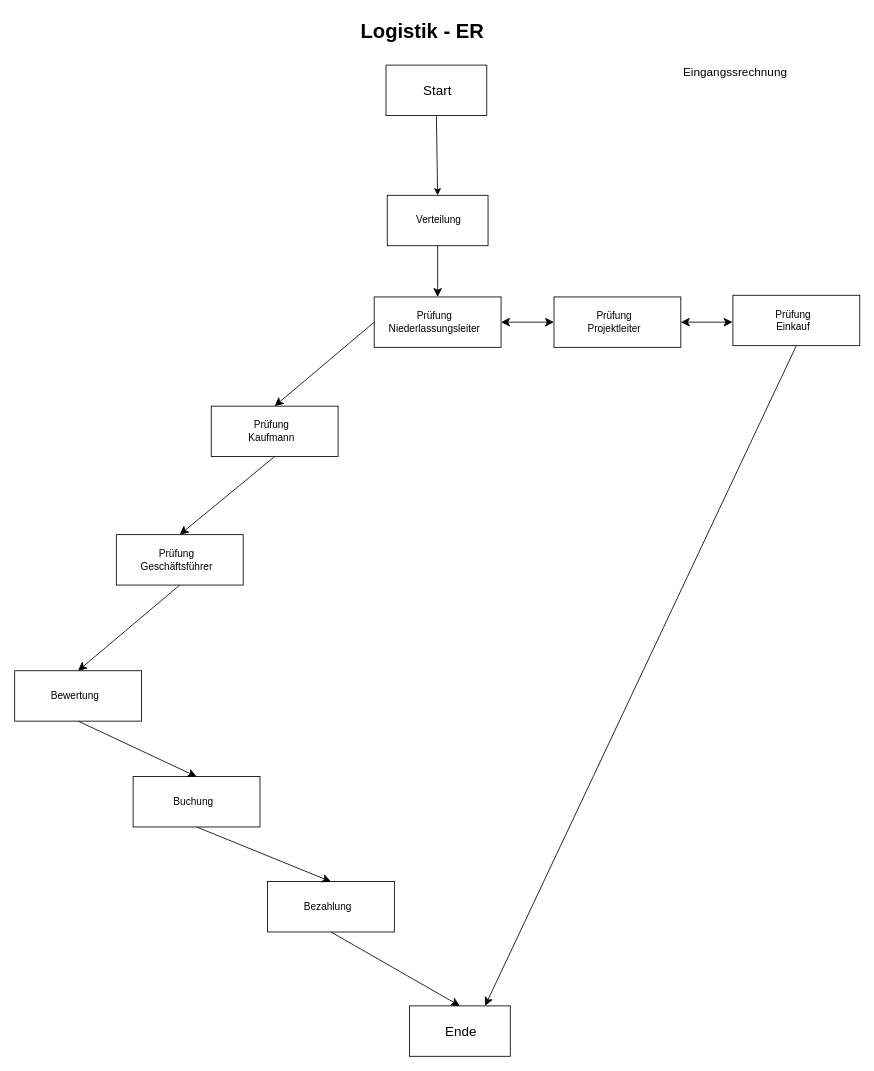
The draw.io diagram page "ER" (3 of 5) of Unbenanntes Diagramm.drawio in RobertWichtendahl/to-do-app, before the edit. Source tidied: cells renumbered, new cells numbered last; positions are measured from the earlier drawing's top-left corner, leaving out a move shared by most shapes. Both pictures are drawn from the tidied source at 84%, with x=0, y=0 at pixel (14, 14).
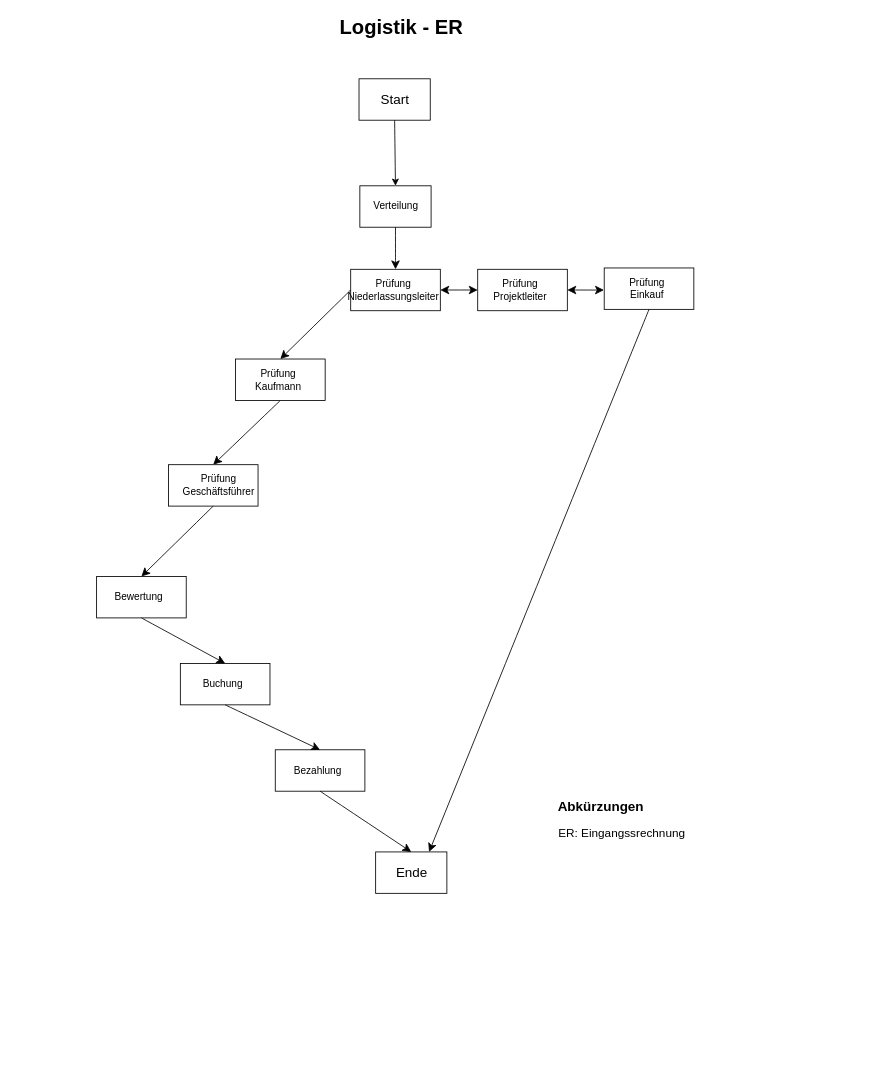
After the change.

What changed in the source:
```diff
@@
-    <mxCell id="2" value="&lt;font style=&quot;color: light-dark(rgb(0, 0, 0), rgb(255, 255, 255));&quot;&gt;Logistik - ER&lt;/font&gt;" style="text;strokeColor=none;fillColor=none;html=1;fontSize=24;fontStyle=1;verticalAlign=middle;align=center;" parent="1" vertex="1">
-      <mxGeometry x="400" width="170" height="40" as="geometry" />
-    </mxCell>
+    <mxCell id="37" style="group;" parent="1" vertex="1">
+      <mxGeometry x="97.5" y="27" width="725" height="1019" as="geometry" />
+    </mxCell>
-    <mxCell id="3" style="rounded=0;whiteSpace=wrap;html=1;" parent="1" vertex="1">
-      <mxGeometry x="442" y="60" width="120" height="60" as="geometry" />
+    <mxCell id="3" style="rounded=0;whiteSpace=wrap;html=1;" parent="37" vertex="1">
+      <mxGeometry x="312.4" y="49.3" width="84.8" height="49.3" as="geometry" />
     </mxCell>
-    <mxCell id="4" value="Start" style="text;strokeColor=none;fillColor=none;html=1;align=center;verticalAlign=middle;whiteSpace=wrap;rounded=0;fontSize=16;" parent="1" vertex="1">
-      <mxGeometry x="461" y="72.5" width="85" height="35" as="geometry" />
+    <mxCell id="4" value="Start" style="text;strokeColor=none;fillColor=none;html=1;align=center;verticalAlign=middle;whiteSpace=wrap;rounded=0;fontSize=16;" parent="37" vertex="1">
+      <mxGeometry x="325.8" y="59.6" width="60.1" height="28.8" as="geometry" />
     </mxCell>
-    <mxCell id="5" style="endArrow=classic;html=1;rounded=0;fontSize=12;curved=1;exitX=0.5;exitY=1;exitDx=0;exitDy=0;strokeColor=default;entryX=0.5;entryY=0;entryDx=0;entryDy=0;endFill=1;" parent="1" edge="1" source="3" target="7">
+    <mxCell id="5" style="endArrow=classic;html=1;rounded=0;fontSize=12;curved=1;exitX=0.5;exitY=1;exitDx=0;exitDy=0;strokeColor=default;entryX=0.5;entryY=0;entryDx=0;entryDy=0;endFill=1;" parent="37" edge="1" source="3" target="7">
       <mxGeometry relative="1" as="geometry" />
     </mxCell>
-    <mxCell id="6" value="&lt;font style=&quot;font-size: 14px;&quot;&gt;Eingangssrechnung&lt;/font&gt;" style="text;html=1;whiteSpace=wrap;strokeColor=none;fillColor=none;align=center;verticalAlign=middle;rounded=0;" parent="1" vertex="1">
-      <mxGeometry x="828" y="53" width="60" height="30" as="geometry" />
+    <mxCell id="6" value="&lt;font style=&quot;font-size: 14px;&quot;&gt;ER:&amp;nbsp;&lt;font&gt;Eingangssrechnung&lt;/font&gt;&lt;/font&gt;" style="text;html=1;whiteSpace=wrap;strokeColor=none;fillColor=none;align=center;verticalAlign=middle;rounded=0;" parent="37" vertex="1">
+      <mxGeometry x="555" y="931" width="139.8" height="33.5" as="geometry" />
     </mxCell>
-    <mxCell id="7" style="rounded=0;whiteSpace=wrap;html=1;" parent="1" vertex="1">
-      <mxGeometry x="443.5" y="215" width="120" height="60" as="geometry" />
+    <mxCell id="7" style="rounded=0;whiteSpace=wrap;html=1;" parent="37" vertex="1">
+      <mxGeometry x="313.4" y="176.7" width="84.8" height="49.3" as="geometry" />
     </mxCell>
-    <mxCell id="8" value="Verteilung" style="text;html=1;whiteSpace=wrap;strokeColor=none;fillColor=none;align=center;verticalAlign=middle;rounded=0;" parent="1" vertex="1">
-      <mxGeometry x="474.5" y="230" width="60" height="30" as="geometry" />
+    <mxCell id="8" value="Verteilung" style="text;html=1;whiteSpace=wrap;strokeColor=none;fillColor=none;align=center;verticalAlign=middle;rounded=0;" parent="37" vertex="1">
+      <mxGeometry x="335.4" y="189" width="42.4" height="24.7" as="geometry" />
     </mxCell>
-    <mxCell id="9" style="rounded=0;whiteSpace=wrap;html=1;" parent="1" vertex="1">
-      <mxGeometry x="428" y="336" width="151" height="60" as="geometry" />
+    <mxCell id="9" style="rounded=0;whiteSpace=wrap;html=1;" parent="37" vertex="1">
+      <mxGeometry x="302.5" y="276.1" width="106.7" height="49.3" as="geometry" />
     </mxCell>
-    <mxCell id="10" value="&lt;div&gt;Prüfung&lt;/div&gt;&lt;div&gt;Niederlassungsleiter&lt;/div&gt;" style="text;html=1;whiteSpace=wrap;strokeColor=none;fillColor=none;align=center;verticalAlign=middle;rounded=0;" parent="1" vertex="1">
-      <mxGeometry x="470" y="351" width="60" height="30" as="geometry" />
+    <mxCell id="10" value="&lt;div&gt;Prüfung&lt;/div&gt;&lt;div&gt;Niederlassungsleiter&lt;/div&gt;" style="text;html=1;whiteSpace=wrap;strokeColor=none;fillColor=none;align=center;verticalAlign=middle;rounded=0;" parent="37" vertex="1">
+      <mxGeometry x="332.2" y="288.4" width="42.4" height="24.7" as="geometry" />
     </mxCell>
-    <mxCell id="11" style="endArrow=none;html=1;rounded=0;fontSize=12;startSize=8;endSize=8;curved=1;entryX=0.5;entryY=1;entryDx=0;entryDy=0;exitX=0.5;exitY=0;exitDx=0;exitDy=0;startArrow=classic;startFill=1;" parent="1" edge="1" source="9" target="7">
+    <mxCell id="11" style="endArrow=none;html=1;rounded=0;fontSize=12;startSize=8;endSize=8;curved=1;entryX=0.5;entryY=1;entryDx=0;entryDy=0;exitX=0.5;exitY=0;exitDx=0;exitDy=0;startArrow=classic;startFill=1;" parent="37" edge="1" source="9" target="7">
       <mxGeometry relative="1" as="geometry" />
     </mxCell>
-    <mxCell id="12" style="edgeStyle=none;curved=1;rounded=0;jettySize=auto;html=1;exitX=1;exitY=0.5;exitDx=0;exitDy=0;fontSize=12;startSize=8;endSize=8;startArrow=classic;startFill=1;" parent="1" edge="1" source="13">
+    <mxCell id="12" style="edgeStyle=none;curved=1;rounded=0;jettySize=auto;html=1;exitX=1;exitY=0.5;exitDx=0;exitDy=0;fontSize=12;startSize=8;endSize=8;startArrow=classic;startFill=1;" parent="37" edge="1" source="13">
       <mxGeometry relative="1" as="geometry">
-        <mxPoint x="854.6" y="366" as="targetPoint" />
+        <mxPoint x="604" y="300.8" as="targetPoint" />
       </mxGeometry>
     </mxCell>
-    <mxCell id="13" style="rounded=0;whiteSpace=wrap;html=1;" parent="1" vertex="1">
-      <mxGeometry x="642" y="336" width="151" height="60" as="geometry" />
+    <mxCell id="13" style="rounded=0;whiteSpace=wrap;html=1;" parent="37" vertex="1">
+      <mxGeometry x="453.7" y="276.1" width="106.7" height="49.3" as="geometry" />
     </mxCell>
-    <mxCell id="14" value="&lt;div&gt;Prüfung&lt;/div&gt;&lt;div&gt;Projektleiter&lt;/div&gt;" style="text;html=1;whiteSpace=wrap;strokeColor=none;fillColor=none;align=center;verticalAlign=middle;rounded=0;" parent="1" vertex="1">
-      <mxGeometry x="684" y="351" width="60" height="30" as="geometry" />
+    <mxCell id="14" value="&lt;div&gt;Prüfung&lt;/div&gt;&lt;div&gt;Projektleiter&lt;/div&gt;" style="text;html=1;whiteSpace=wrap;strokeColor=none;fillColor=none;align=center;verticalAlign=middle;rounded=0;" parent="37" vertex="1">
+      <mxGeometry x="483.4" y="288.4" width="42.4" height="24.7" as="geometry" />
     </mxCell>
-    <mxCell id="15" style="edgeStyle=none;curved=1;rounded=0;jettySize=auto;html=1;exitX=0.5;exitY=1;exitDx=0;exitDy=0;entryX=0.5;entryY=0;entryDx=0;entryDy=0;fontSize=12;startSize=8;endSize=8;" parent="1" edge="1" source="16" target="18">
+    <mxCell id="15" style="edgeStyle=none;curved=1;rounded=0;jettySize=auto;html=1;exitX=0.5;exitY=1;exitDx=0;exitDy=0;entryX=0.5;entryY=0;entryDx=0;entryDy=0;fontSize=12;startSize=8;endSize=8;" parent="37" edge="1" source="16" target="18">
       <mxGeometry relative="1" as="geometry" />
     </mxCell>
-    <mxCell id="16" style="rounded=0;whiteSpace=wrap;html=1;" parent="1" vertex="1">
-      <mxGeometry x="234" y="466" width="151" height="60" as="geometry" />
+    <mxCell id="16" style="rounded=0;whiteSpace=wrap;html=1;" parent="37" vertex="1">
+      <mxGeometry x="165.4" y="382.9" width="106.7" height="49.3" as="geometry" />
     </mxCell>
-    <mxCell id="17" value="&lt;div&gt;Prüfung&lt;/div&gt;&lt;div&gt;Kaufmann&lt;/div&gt;" style="text;html=1;whiteSpace=wrap;strokeColor=none;fillColor=none;align=center;verticalAlign=middle;rounded=0;" parent="1" vertex="1">
-      <mxGeometry x="276" y="481" width="60" height="30" as="geometry" />
+    <mxCell id="17" value="&lt;div&gt;Prüfung&lt;/div&gt;&lt;div&gt;Kaufmann&lt;/div&gt;" style="text;html=1;whiteSpace=wrap;strokeColor=none;fillColor=none;align=center;verticalAlign=middle;rounded=0;" parent="37" vertex="1">
+      <mxGeometry x="195.1" y="395.3" width="42.4" height="24.7" as="geometry" />
     </mxCell>
-    <mxCell id="18" style="rounded=0;whiteSpace=wrap;html=1;" parent="1" vertex="1">
-      <mxGeometry x="121" y="619" width="151" height="60" as="geometry" />
+    <mxCell id="18" style="rounded=0;whiteSpace=wrap;html=1;" parent="37" vertex="1">
+      <mxGeometry x="85.5" y="508.7" width="106.7" height="49.3" as="geometry" />
     </mxCell>
-    <mxCell id="19" value="&lt;div&gt;Prüfung&lt;/div&gt;&lt;div&gt;Geschäftsführer&lt;/div&gt;" style="text;html=1;whiteSpace=wrap;strokeColor=none;fillColor=none;align=center;verticalAlign=middle;rounded=0;" parent="1" vertex="1">
-      <mxGeometry x="163" y="634" width="60" height="30" as="geometry" />
+    <mxCell id="19" value="&lt;div&gt;Prüfung&lt;/div&gt;&lt;div&gt;Geschäftsführer&lt;/div&gt;" style="text;html=1;whiteSpace=wrap;strokeColor=none;fillColor=none;align=center;verticalAlign=middle;rounded=0;" parent="37" vertex="1">
+      <mxGeometry x="115.2" y="521" width="60.1" height="24.7" as="geometry" />
     </mxCell>
-    <mxCell id="20" style="rounded=0;whiteSpace=wrap;html=1;" parent="1" vertex="1">
-      <mxGeometry x="855" y="334" width="151" height="60" as="geometry" />
+    <mxCell id="20" style="rounded=0;whiteSpace=wrap;html=1;" parent="37" vertex="1">
+      <mxGeometry x="604.3" y="274.5" width="106.7" height="49.3" as="geometry" />
     </mxCell>
-    <mxCell id="21" value="&lt;div&gt;Prüfung&lt;/div&gt;&lt;div&gt;Einkauf&lt;/div&gt;" style="text;html=1;whiteSpace=wrap;strokeColor=none;fillColor=none;align=center;verticalAlign=middle;rounded=0;" parent="1" vertex="1">
-      <mxGeometry x="897" y="349" width="60" height="30" as="geometry" />
+    <mxCell id="21" value="&lt;div&gt;Prüfung&lt;/div&gt;&lt;div&gt;Einkauf&lt;/div&gt;" style="text;html=1;whiteSpace=wrap;strokeColor=none;fillColor=none;align=center;verticalAlign=middle;rounded=0;" parent="37" vertex="1">
+      <mxGeometry x="634" y="286.8" width="42.4" height="24.7" as="geometry" />
     </mxCell>
-    <mxCell id="22" style="endArrow=classic;startArrow=classic;html=1;rounded=0;fontSize=12;startSize=8;endSize=8;curved=1;entryX=0;entryY=0.5;entryDx=0;entryDy=0;exitX=1;exitY=0.5;exitDx=0;exitDy=0;" parent="1" edge="1" source="9" target="13">
+    <mxCell id="22" style="endArrow=classic;startArrow=classic;html=1;rounded=0;fontSize=12;startSize=8;endSize=8;curved=1;entryX=0;entryY=0.5;entryDx=0;entryDy=0;exitX=1;exitY=0.5;exitDx=0;exitDy=0;" parent="37" edge="1" source="9" target="13">
       <mxGeometry relative="1" as="geometry" />
     </mxCell>
-    <mxCell id="23" style="endArrow=classic;html=1;rounded=0;fontSize=12;startSize=8;endSize=8;curved=1;entryX=0.5;entryY=0;entryDx=0;entryDy=0;exitX=0;exitY=0.5;exitDx=0;exitDy=0;" parent="1" edge="1" source="9" target="16">
+    <mxCell id="23" style="endArrow=classic;html=1;rounded=0;fontSize=12;startSize=8;endSize=8;curved=1;entryX=0.5;entryY=0;entryDx=0;entryDy=0;exitX=0;exitY=0.5;exitDx=0;exitDy=0;" parent="37" edge="1" source="9" target="16">
       <mxGeometry relative="1" as="geometry" />
     </mxCell>
-    <mxCell id="24" style="edgeStyle=none;curved=1;rounded=0;jettySize=auto;html=1;exitX=0.5;exitY=1;exitDx=0;exitDy=0;entryX=0.5;entryY=0;entryDx=0;entryDy=0;fontSize=12;startSize=8;endSize=8;" parent="1" edge="1" source="18" target="25">
+    <mxCell id="24" style="edgeStyle=none;curved=1;rounded=0;jettySize=auto;html=1;exitX=0.5;exitY=1;exitDx=0;exitDy=0;entryX=0.5;entryY=0;entryDx=0;entryDy=0;fontSize=12;startSize=8;endSize=8;" parent="37" edge="1" source="18" target="25">
       <mxGeometry relative="1" as="geometry" />
     </mxCell>
-    <mxCell id="25" style="rounded=0;whiteSpace=wrap;html=1;" parent="1" vertex="1">
-      <mxGeometry y="781" width="151" height="60" as="geometry" />
+    <mxCell id="25" style="rounded=0;whiteSpace=wrap;html=1;" parent="37" vertex="1">
+      <mxGeometry y="641.8" width="106.7" height="49.3" as="geometry" />
     </mxCell>
-    <mxCell id="26" value="Bewertung" style="text;html=1;whiteSpace=wrap;strokeColor=none;fillColor=none;align=center;verticalAlign=middle;rounded=0;" parent="1" vertex="1">
-      <mxGeometry x="42" y="796" width="60" height="30" as="geometry" />
+    <mxCell id="26" value="Bewertung" style="text;html=1;whiteSpace=wrap;strokeColor=none;fillColor=none;align=center;verticalAlign=middle;rounded=0;" parent="37" vertex="1">
+      <mxGeometry x="29.7" y="654.1" width="42.4" height="24.7" as="geometry" />
     </mxCell>
-    <mxCell id="27" style="rounded=0;whiteSpace=wrap;html=1;" parent="1" vertex="1">
-      <mxGeometry x="141" y="907" width="151" height="60" as="geometry" />
+    <mxCell id="27" style="rounded=0;whiteSpace=wrap;html=1;" parent="37" vertex="1">
+      <mxGeometry x="99.7" y="745.3" width="106.7" height="49.3" as="geometry" />
     </mxCell>
-    <mxCell id="28" value="Buchung" style="text;html=1;whiteSpace=wrap;strokeColor=none;fillColor=none;align=center;verticalAlign=middle;rounded=0;" parent="1" vertex="1">
-      <mxGeometry x="183" y="922" width="60" height="30" as="geometry" />
+    <mxCell id="28" value="Buchung" style="text;html=1;whiteSpace=wrap;strokeColor=none;fillColor=none;align=center;verticalAlign=middle;rounded=0;" parent="37" vertex="1">
+      <mxGeometry x="129.3" y="757.7" width="42.4" height="24.7" as="geometry" />
     </mxCell>
-    <mxCell id="29" style="rounded=0;whiteSpace=wrap;html=1;" parent="1" vertex="1">
-      <mxGeometry x="301" y="1032" width="151" height="60" as="geometry" />
+    <mxCell id="29" style="rounded=0;whiteSpace=wrap;html=1;" parent="37" vertex="1">
+      <mxGeometry x="212.7" y="848.1" width="106.7" height="49.3" as="geometry" />
     </mxCell>
-    <mxCell id="30" value="Bezahlung" style="text;html=1;whiteSpace=wrap;strokeColor=none;fillColor=none;align=center;verticalAlign=middle;rounded=0;" parent="1" vertex="1">
-      <mxGeometry x="343" y="1047" width="60" height="30" as="geometry" />
+    <mxCell id="30" value="Bezahlung" style="text;html=1;whiteSpace=wrap;strokeColor=none;fillColor=none;align=center;verticalAlign=middle;rounded=0;" parent="37" vertex="1">
+      <mxGeometry x="242.4" y="860.4" width="42.4" height="24.7" as="geometry" />
     </mxCell>
-    <mxCell id="31" style="endArrow=classic;html=1;rounded=0;fontSize=12;startSize=8;endSize=8;curved=1;exitX=0.5;exitY=1;exitDx=0;exitDy=0;entryX=0.5;entryY=0;entryDx=0;entryDy=0;" parent="1" edge="1" source="25" target="27">
+    <mxCell id="31" style="endArrow=classic;html=1;rounded=0;fontSize=12;startSize=8;endSize=8;curved=1;exitX=0.5;exitY=1;exitDx=0;exitDy=0;entryX=0.5;entryY=0;entryDx=0;entryDy=0;" parent="37" edge="1" source="25" target="27">
       <mxGeometry relative="1" as="geometry" />
     </mxCell>
-    <mxCell id="32" style="endArrow=classic;html=1;rounded=0;fontSize=12;startSize=8;endSize=8;curved=1;exitX=0.5;exitY=1;exitDx=0;exitDy=0;entryX=0.5;entryY=0;entryDx=0;entryDy=0;" parent="1" edge="1" source="27" target="29">
+    <mxCell id="32" style="endArrow=classic;html=1;rounded=0;fontSize=12;startSize=8;endSize=8;curved=1;exitX=0.5;exitY=1;exitDx=0;exitDy=0;entryX=0.5;entryY=0;entryDx=0;entryDy=0;" parent="37" edge="1" source="27" target="29">
       <mxGeometry relative="1" as="geometry" />
     </mxCell>
-    <mxCell id="33" style="rounded=0;whiteSpace=wrap;html=1;" parent="1" vertex="1">
-      <mxGeometry x="470" y="1180" width="120" height="60" as="geometry" />
+    <mxCell id="33" style="rounded=0;whiteSpace=wrap;html=1;" parent="37" vertex="1">
+      <mxGeometry x="332.2" y="969.7" width="84.8" height="49.3" as="geometry" />
     </mxCell>
-    <mxCell id="34" value="Ende" style="text;strokeColor=none;fillColor=none;html=1;align=center;verticalAlign=middle;whiteSpace=wrap;rounded=0;fontSize=16;" parent="1" vertex="1">
-      <mxGeometry x="489" y="1192.5" width="85" height="35" as="geometry" />
+    <mxCell id="34" value="Ende" style="text;strokeColor=none;fillColor=none;html=1;align=center;verticalAlign=middle;whiteSpace=wrap;rounded=0;fontSize=16;" parent="37" vertex="1">
+      <mxGeometry x="345.6" y="980" width="60.1" height="28.8" as="geometry" />
     </mxCell>
-    <mxCell id="35" style="endArrow=classic;html=1;rounded=0;fontSize=12;startSize=8;endSize=8;curved=1;exitX=0.5;exitY=1;exitDx=0;exitDy=0;entryX=0.5;entryY=0;entryDx=0;entryDy=0;" parent="1" edge="1" source="29" target="33">
+    <mxCell id="35" style="endArrow=classic;html=1;rounded=0;fontSize=12;startSize=8;endSize=8;curved=1;exitX=0.5;exitY=1;exitDx=0;exitDy=0;entryX=0.5;entryY=0;entryDx=0;entryDy=0;" parent="37" edge="1" source="29" target="33">
       <mxGeometry relative="1" as="geometry" />
     </mxCell>
-    <mxCell id="36" style="endArrow=classic;html=1;rounded=0;fontSize=12;startSize=8;endSize=8;curved=1;exitX=0.5;exitY=1;exitDx=0;exitDy=0;entryX=0.75;entryY=0;entryDx=0;entryDy=0;" parent="1" edge="1" source="20" target="33">
+    <mxCell id="36" style="endArrow=classic;html=1;rounded=0;fontSize=12;startSize=8;endSize=8;curved=1;exitX=0.5;exitY=1;exitDx=0;exitDy=0;entryX=0.75;entryY=0;entryDx=0;entryDy=0;" parent="37" edge="1" source="20" target="33">
       <mxGeometry relative="1" as="geometry" />
     </mxCell>
+    <mxCell id="38" value="&lt;b&gt;&lt;font style=&quot;font-size: 16px;&quot;&gt;Abkürzungen&lt;/font&gt;&lt;/b&gt;" style="text;html=1;whiteSpace=wrap;strokeColor=none;fillColor=none;align=center;verticalAlign=middle;rounded=0;" parent="37" vertex="1">
+      <mxGeometry x="570" y="901" width="60" height="30" as="geometry" />
+    </mxCell>
+    <mxCell id="2" value="&lt;font style=&quot;color: light-dark(rgb(0, 0, 0), rgb(255, 255, 255));&quot;&gt;Logistik - ER&lt;/font&gt;" style="text;strokeColor=none;fillColor=none;html=1;fontSize=24;fontStyle=1;verticalAlign=middle;align=center;" parent="1" vertex="1">
+      <mxGeometry x="400" width="120.1" height="32.9" as="geometry" />
+    </mxCell>
```
